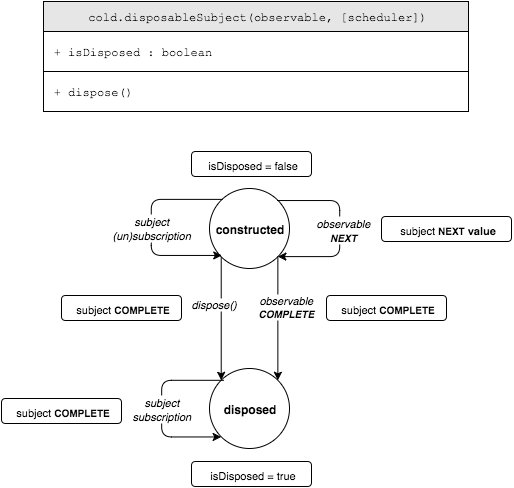
The draw.io diagram operator/disposable.png in bholloway/rxjs-operators, before a commit. Source tidied: cells renumbered, new cells last; positions are measured from the earlier drawing's top-left corner, leaving out a move shared by most shapes.
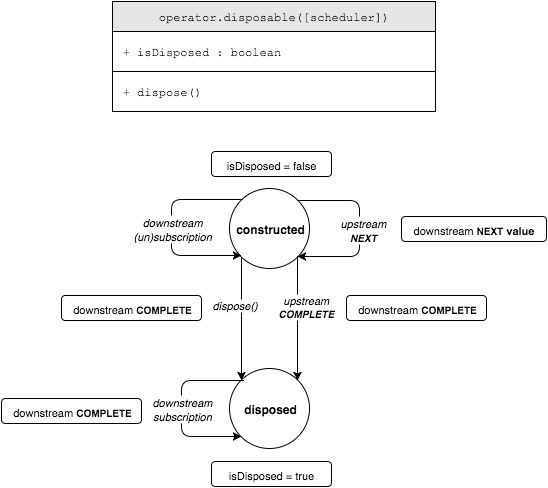
After the commit.

Change to the diagram source:
```diff
@@ -2,96 +2,99 @@
   <root>
     <mxCell id="0" />
     <mxCell id="1" parent="0" />
+    <mxCell id="23" style="group;" parent="1" vertex="1">
+      <mxGeometry x="87" width="323" height="110" as="geometry" />
+    </mxCell>
-    <mxCell id="2" style="group;" parent="1" vertex="1">
-      <mxGeometry x="42" width="425" height="110" as="geometry" />
+    <mxCell id="2" style="group;" parent="23" vertex="1">
+      <mxGeometry width="323" height="110" as="geometry" />
     </mxCell>
-    <mxCell id="3" value="&lt;span&gt;cold.&lt;/span&gt;disposableSubject(observable, [scheduler])" style="whiteSpace=wrap;html=1;fillColor=#E6E6E6;fontFamily=Courier New;" parent="2" vertex="1">
-      <mxGeometry width="425" height="30" as="geometry" />
+    <mxCell id="3" value="&lt;span&gt;operator.&lt;/span&gt;disposable([scheduler])" style="whiteSpace=wrap;html=1;fillColor=#E6E6E6;fontFamily=Courier New;" parent="2" vertex="1">
+      <mxGeometry width="323" height="30" as="geometry" />
     </mxCell>
     <mxCell id="4" value="&lt;div&gt;&lt;span style=&quot;line-height: 1.2&quot;&gt;&amp;nbsp;+ isDisposed : boolean&lt;/span&gt;&lt;br&gt;&lt;/div&gt;" style="whiteSpace=wrap;html=1;fillColor=none;align=left;fontFamily=Courier New;" parent="2" vertex="1">
-      <mxGeometry y="30" width="425" height="40" as="geometry" />
+      <mxGeometry y="30" width="323" height="40" as="geometry" />
     </mxCell>
     <mxCell id="5" value="&lt;span&gt;&amp;nbsp;+ dispose()&lt;/span&gt;" style="whiteSpace=wrap;html=1;fillColor=none;align=left;fontFamily=Courier New;" parent="2" vertex="1">
-      <mxGeometry y="70" width="425" height="40" as="geometry" />
+      <mxGeometry y="70" width="323" height="40" as="geometry" />
     </mxCell>
-    <mxCell id="6" style="group;" parent="1" vertex="1">
-      <mxGeometry y="150" width="510" height="335" as="geometry" />
-    </mxCell>
+    <mxCell id="24" style="group;" parent="1" vertex="1">
+      <mxGeometry x="-24" y="150" width="545" height="335" as="geometry" />
+    </mxCell>
-    <mxCell id="7" value="&lt;font style=&quot;font-size: 11px&quot;&gt;isDisposed = true&lt;/font&gt;" style="rounded=1;whiteSpace=wrap;html=1;strokeColor=#000000;fillColor=#ffffff;align=center;" parent="6" vertex="1">
-      <mxGeometry x="190" y="310" width="120" height="25" as="geometry" />
+    <mxCell id="7" value="&lt;font style=&quot;font-size: 11px&quot;&gt;isDisposed = true&lt;/font&gt;" style="rounded=1;whiteSpace=wrap;html=1;strokeColor=#000000;fillColor=#ffffff;align=center;" parent="24" vertex="1">
+      <mxGeometry x="210" y="310" width="120" height="25" as="geometry" />
     </mxCell>
-    <mxCell id="8" value="&lt;font style=&quot;font-size: 11px&quot;&gt;isDisposed = false&lt;/font&gt;" style="rounded=1;whiteSpace=wrap;html=1;strokeColor=#000000;fillColor=#ffffff;align=center;" parent="6" vertex="1">
-      <mxGeometry x="190" width="120" height="25" as="geometry" />
+    <mxCell id="8" value="&lt;font style=&quot;font-size: 11px&quot;&gt;isDisposed = false&lt;/font&gt;" style="rounded=1;whiteSpace=wrap;html=1;strokeColor=#000000;fillColor=#ffffff;align=center;" parent="24" vertex="1">
+      <mxGeometry x="210" width="120" height="25" as="geometry" />
     </mxCell>
-    <mxCell id="9" value="disposed" style="ellipse;whiteSpace=wrap;html=1;fillColor=#ffffff;fontStyle=1;" parent="6" vertex="1">
-      <mxGeometry x="208" y="217" width="80" height="80" as="geometry" />
+    <mxCell id="9" value="disposed" style="ellipse;whiteSpace=wrap;html=1;fillColor=#ffffff;fontStyle=1;" parent="24" vertex="1">
+      <mxGeometry x="228" y="217" width="80" height="80" as="geometry" />
     </mxCell>
-    <mxCell id="10" value="&lt;i&gt;&lt;span&gt;dispose()&lt;/span&gt;&lt;/i&gt;" style="endArrow=classic;html=1;entryX=0;entryY=0;exitX=0;exitY=1;" parent="6" edge="1" source="15" target="9">
+    <mxCell id="10" value="&lt;i&gt;&lt;span&gt;dispose()&lt;/span&gt;&lt;/i&gt;" style="endArrow=classic;html=1;entryX=0;entryY=0;exitX=0;exitY=1;" parent="24" edge="1" source="15" target="9">
       <mxGeometry x="-0.23" y="-7" relative="1" as="geometry" />
     </mxCell>
-    <mxCell id="11" value="&lt;font&gt;&lt;span style=&quot;font-size: 11px&quot;&gt;subject&lt;/span&gt;&lt;b style=&quot;font-size: 11px&quot;&gt;&amp;nbsp;&lt;/b&gt;&lt;b&gt;&lt;font style=&quot;font-size: 10px&quot;&gt;COMPLETE&lt;/font&gt;&lt;/b&gt;&lt;/font&gt;" style="rounded=1;whiteSpace=wrap;html=1;strokeColor=#000000;fillColor=#ffffff;align=center;" parent="6" vertex="1">
-      <mxGeometry x="325" y="144" width="120" height="25" as="geometry" />
+    <mxCell id="11" value="&lt;font&gt;&lt;span style=&quot;font-size: 11px&quot;&gt;downstream&lt;/span&gt;&lt;b style=&quot;font-size: 11px&quot;&gt;&amp;nbsp;&lt;/b&gt;&lt;b&gt;&lt;font style=&quot;font-size: 10px&quot;&gt;COMPLETE&lt;/font&gt;&lt;/b&gt;&lt;/font&gt;" style="rounded=1;whiteSpace=wrap;html=1;strokeColor=#000000;fillColor=#ffffff;align=center;" parent="24" vertex="1">
+      <mxGeometry x="345" y="144" width="140" height="25" as="geometry" />
     </mxCell>
-    <mxCell id="12" style="edgeStyle=segmentEdgeStyle;endArrow=classic;html=1;entryX=0;entryY=1;" parent="6" edge="1" target="9">
+    <mxCell id="12" style="edgeStyle=segmentEdgeStyle;endArrow=classic;html=1;entryX=0;entryY=1;" parent="24" edge="1" target="9">
       <mxGeometry relative="1" as="geometry">
-        <mxPoint x="222" y="229" as="sourcePoint" />
+        <mxPoint x="242" y="229" as="sourcePoint" />
         <Array as="points">
-          <mxPoint x="160" y="229" />
-          <mxPoint x="160" y="285" />
+          <mxPoint x="180" y="229" />
+          <mxPoint x="180" y="285" />
         </Array>
       </mxGeometry>
     </mxCell>
-    <mxCell id="13" value="&lt;div&gt;&lt;font style=&quot;font-size: 11px&quot;&gt;&lt;i&gt;subject&lt;/i&gt;&lt;br&gt;&lt;/font&gt;&lt;/div&gt;&lt;div&gt;&lt;i&gt;&lt;font style=&quot;font-size: 11px&quot;&gt;subscription&lt;/font&gt;&lt;/i&gt;&lt;/div&gt;" style="text;html=1;align=center;verticalAlign=middle;labelBackgroundColor=#ffffff;" parent="12" vertex="1">
+    <mxCell id="13" value="&lt;div&gt;&lt;font style=&quot;font-size: 11px&quot;&gt;&lt;i&gt;downstream&lt;/i&gt;&lt;br&gt;&lt;/font&gt;&lt;/div&gt;&lt;div&gt;&lt;i&gt;&lt;font style=&quot;font-size: 11px&quot;&gt;subscription&lt;/font&gt;&lt;/i&gt;&lt;/div&gt;" style="text;html=1;align=center;verticalAlign=middle;labelBackgroundColor=#ffffff;" parent="12" vertex="1">
       <mxGeometry y="1" relative="1" as="geometry">
         <mxPoint x="-1" as="offset" />
       </mxGeometry>
     </mxCell>
-    <mxCell id="14" value="&lt;font&gt;&lt;span style=&quot;font-size: 11px&quot;&gt;subject&lt;/span&gt;&lt;b style=&quot;font-size: 11px&quot;&gt;&amp;nbsp;&lt;/b&gt;&lt;b&gt;&lt;font style=&quot;font-size: 10px&quot;&gt;COMPLETE&lt;/font&gt;&lt;/b&gt;&lt;/font&gt;" style="rounded=1;whiteSpace=wrap;html=1;strokeColor=#000000;fillColor=#ffffff;align=center;" parent="6" vertex="1">
-      <mxGeometry y="247" width="120" height="25" as="geometry" />
+    <mxCell id="14" value="&lt;font&gt;&lt;span style=&quot;font-size: 11px&quot;&gt;downstream&lt;/span&gt;&lt;b style=&quot;font-size: 11px&quot;&gt;&amp;nbsp;&lt;/b&gt;&lt;b&gt;&lt;font style=&quot;font-size: 10px&quot;&gt;COMPLETE&lt;/font&gt;&lt;/b&gt;&lt;/font&gt;" style="rounded=1;whiteSpace=wrap;html=1;strokeColor=#000000;fillColor=#ffffff;align=center;" parent="24" vertex="1">
+      <mxGeometry y="247" width="140" height="25" as="geometry" />
     </mxCell>
-    <mxCell id="15" value="constructed" style="ellipse;whiteSpace=wrap;html=1;fillColor=#ffffff;fontStyle=1;" parent="6" vertex="1">
-      <mxGeometry x="208" y="37" width="80" height="80" as="geometry" />
+    <mxCell id="15" value="constructed" style="ellipse;whiteSpace=wrap;html=1;fillColor=#ffffff;fontStyle=1;" parent="24" vertex="1">
+      <mxGeometry x="228" y="37" width="80" height="80" as="geometry" />
     </mxCell>
-    <mxCell id="16" style="edgeStyle=segmentEdgeStyle;endArrow=classic;html=1;entryX=0;entryY=1;" parent="6" edge="1">
-      <mxGeometry x="150" y="48" as="geometry">
-        <mxPoint x="221" y="48" as="sourcePoint" />
-        <mxPoint x="220.4" y="104.2" as="targetPoint" />
+    <mxCell id="16" style="edgeStyle=segmentEdgeStyle;endArrow=classic;html=1;entryX=0;entryY=1;" parent="24" edge="1">
+      <mxGeometry x="170" y="48" as="geometry">
+        <mxPoint x="241" y="48" as="sourcePoint" />
+        <mxPoint x="240.4" y="104.2" as="targetPoint" />
         <Array as="points">
-          <mxPoint x="221" y="48" />
-          <mxPoint x="150" y="48" />
-          <mxPoint x="150" y="104" />
+          <mxPoint x="241" y="48" />
+          <mxPoint x="170" y="48" />
+          <mxPoint x="170" y="104" />
         </Array>
       </mxGeometry>
     </mxCell>
-    <mxCell id="17" value="&lt;div&gt;&lt;i&gt;&lt;font style=&quot;font-size: 11px&quot;&gt;subject&lt;/font&gt;&lt;/i&gt;&lt;/div&gt;&lt;div&gt;&lt;i&gt;&lt;font style=&quot;font-size: 11px&quot;&gt;(un)subscription&lt;/font&gt;&lt;/i&gt;&lt;/div&gt;" style="text;html=1;align=center;verticalAlign=middle;labelBackgroundColor=#ffffff;" parent="16" vertex="1">
+    <mxCell id="17" value="&lt;div&gt;&lt;span style=&quot;font-size: 11px ; line-height: 13.2px&quot;&gt;&lt;i&gt;downstream&lt;/i&gt;&lt;/span&gt;&lt;/div&gt;&lt;div&gt;&lt;i&gt;&lt;font style=&quot;font-size: 11px&quot;&gt;(un)subscription&lt;/font&gt;&lt;/i&gt;&lt;/div&gt;" style="text;html=1;align=center;verticalAlign=middle;labelBackgroundColor=#ffffff;" parent="16" vertex="1">
       <mxGeometry y="1" relative="1" as="geometry">
         <mxPoint x="-1" as="offset" />
       </mxGeometry>
     </mxCell>
-    <mxCell id="18" value="&lt;font&gt;&lt;span style=&quot;font-size: 11px&quot;&gt;subject&lt;/span&gt;&lt;b style=&quot;font-size: 11px&quot;&gt;&amp;nbsp;&lt;/b&gt;&lt;b&gt;&lt;font style=&quot;font-size: 10px&quot;&gt;NEXT&lt;/font&gt;&lt;span style=&quot;font-size: 11px&quot;&gt; value&lt;/span&gt;&lt;/b&gt;&lt;/font&gt;" style="rounded=1;whiteSpace=wrap;html=1;strokeColor=#000000;fillColor=#ffffff;align=center;" parent="6" vertex="1">
-      <mxGeometry x="380" y="65" width="130" height="25" as="geometry" />
+    <mxCell id="18" value="&lt;font&gt;&lt;span style=&quot;font-size: 11px&quot;&gt;downstream&lt;/span&gt;&lt;b style=&quot;font-size: 11px&quot;&gt;&amp;nbsp;&lt;/b&gt;&lt;b&gt;&lt;font style=&quot;font-size: 10px&quot;&gt;NEXT&lt;/font&gt;&lt;span style=&quot;font-size: 11px&quot;&gt; value&lt;/span&gt;&lt;/b&gt;&lt;/font&gt;" style="rounded=1;whiteSpace=wrap;html=1;strokeColor=#000000;fillColor=#ffffff;align=center;" parent="24" vertex="1">
+      <mxGeometry x="400" y="65" width="145" height="25" as="geometry" />
     </mxCell>
-    <mxCell id="19" style="edgeStyle=segmentEdgeStyle;endArrow=classic;html=1;entryX=1;entryY=1;" parent="6" edge="1" target="15">
-      <mxGeometry x="338.2" y="48.9" as="geometry">
-        <mxPoint x="276" y="49" as="sourcePoint" />
+    <mxCell id="19" style="edgeStyle=segmentEdgeStyle;endArrow=classic;html=1;entryX=1;entryY=1;" parent="24" edge="1" target="15">
+      <mxGeometry x="358.2" y="48.9" as="geometry">
+        <mxPoint x="296" y="49" as="sourcePoint" />
         <Array as="points">
-          <mxPoint x="338" y="49" />
-          <mxPoint x="338" y="105" />
+          <mxPoint x="358" y="49" />
+          <mxPoint x="358" y="105" />
         </Array>
       </mxGeometry>
     </mxCell>
-    <mxCell id="20" value="&lt;div&gt;&lt;span&gt;&lt;i&gt;&lt;font style=&quot;font-size: 11px&quot;&gt;observable&lt;/font&gt;&lt;/i&gt;&lt;/span&gt;&lt;br&gt;&lt;/div&gt;&lt;div&gt;&lt;i&gt;&lt;font style=&quot;font-size: 10px&quot;&gt;&lt;b&gt;NEXT&lt;/b&gt;&lt;/font&gt;&lt;/i&gt;&lt;/div&gt;" style="text;html=1;align=center;verticalAlign=middle;labelBackgroundColor=#ffffff;" parent="19" vertex="1">
+    <mxCell id="20" value="&lt;div&gt;&lt;span&gt;&lt;i&gt;&lt;font style=&quot;font-size: 11px&quot;&gt;upstream&lt;/font&gt;&lt;/i&gt;&lt;/span&gt;&lt;br&gt;&lt;/div&gt;&lt;div&gt;&lt;i&gt;&lt;font style=&quot;font-size: 10px&quot;&gt;&lt;b&gt;NEXT&lt;/b&gt;&lt;/font&gt;&lt;/i&gt;&lt;/div&gt;" style="text;html=1;align=center;verticalAlign=middle;labelBackgroundColor=#ffffff;" parent="19" vertex="1">
       <mxGeometry y="1" relative="1" as="geometry">
         <mxPoint x="2" as="offset" />
       </mxGeometry>
     </mxCell>
-    <mxCell id="21" value="&lt;div&gt;&lt;i&gt;&lt;font&gt;observable&lt;/font&gt;&lt;/i&gt;&lt;br&gt;&lt;/div&gt;&lt;div&gt;&lt;i&gt;&lt;font style=&quot;font-size: 10px&quot;&gt;&lt;b&gt;COMPLETE&lt;/b&gt;&lt;/font&gt;&lt;/i&gt;&lt;/div&gt;" style="endArrow=classic;html=1;entryX=1;entryY=0;exitX=1;exitY=1;" parent="6" edge="1" source="15" target="9">
-      <mxGeometry x="-186" y="953" as="geometry">
+    <mxCell id="21" value="&lt;div&gt;&lt;i&gt;&lt;font&gt;upstream&lt;/font&gt;&lt;/i&gt;&lt;br&gt;&lt;/div&gt;&lt;div&gt;&lt;i&gt;&lt;font style=&quot;font-size: 10px&quot;&gt;&lt;b&gt;COMPLETE&lt;/b&gt;&lt;/font&gt;&lt;/i&gt;&lt;/div&gt;" style="endArrow=classic;html=1;entryX=1;entryY=0;exitX=1;exitY=1;" parent="24" edge="1" source="15" target="9">
+      <mxGeometry x="-166" y="953" as="geometry">
         <mxPoint x="9" y="-12" as="offset" />
       </mxGeometry>
     </mxCell>
-    <mxCell id="22" value="&lt;font&gt;&lt;span style=&quot;font-size: 11px&quot;&gt;subject&lt;/span&gt;&lt;b style=&quot;font-size: 11px&quot;&gt;&amp;nbsp;&lt;/b&gt;&lt;b&gt;&lt;font style=&quot;font-size: 10px&quot;&gt;COMPLETE&lt;/font&gt;&lt;/b&gt;&lt;/font&gt;" style="rounded=1;whiteSpace=wrap;html=1;strokeColor=#000000;fillColor=#ffffff;align=center;" parent="6" vertex="1">
-      <mxGeometry x="60" y="144" width="120" height="25" as="geometry" />
+    <mxCell id="22" value="&lt;font&gt;&lt;span style=&quot;font-size: 11px&quot;&gt;downstream&lt;/span&gt;&lt;b style=&quot;font-size: 11px&quot;&gt;&amp;nbsp;&lt;/b&gt;&lt;b&gt;&lt;font style=&quot;font-size: 10px&quot;&gt;COMPLETE&lt;/font&gt;&lt;/b&gt;&lt;/font&gt;" style="rounded=1;whiteSpace=wrap;html=1;strokeColor=#000000;fillColor=#ffffff;align=center;" parent="24" vertex="1">
+      <mxGeometry x="60" y="144" width="140" height="25" as="geometry" />
     </mxCell>
   </root>
 </mxGraphModel>
```
